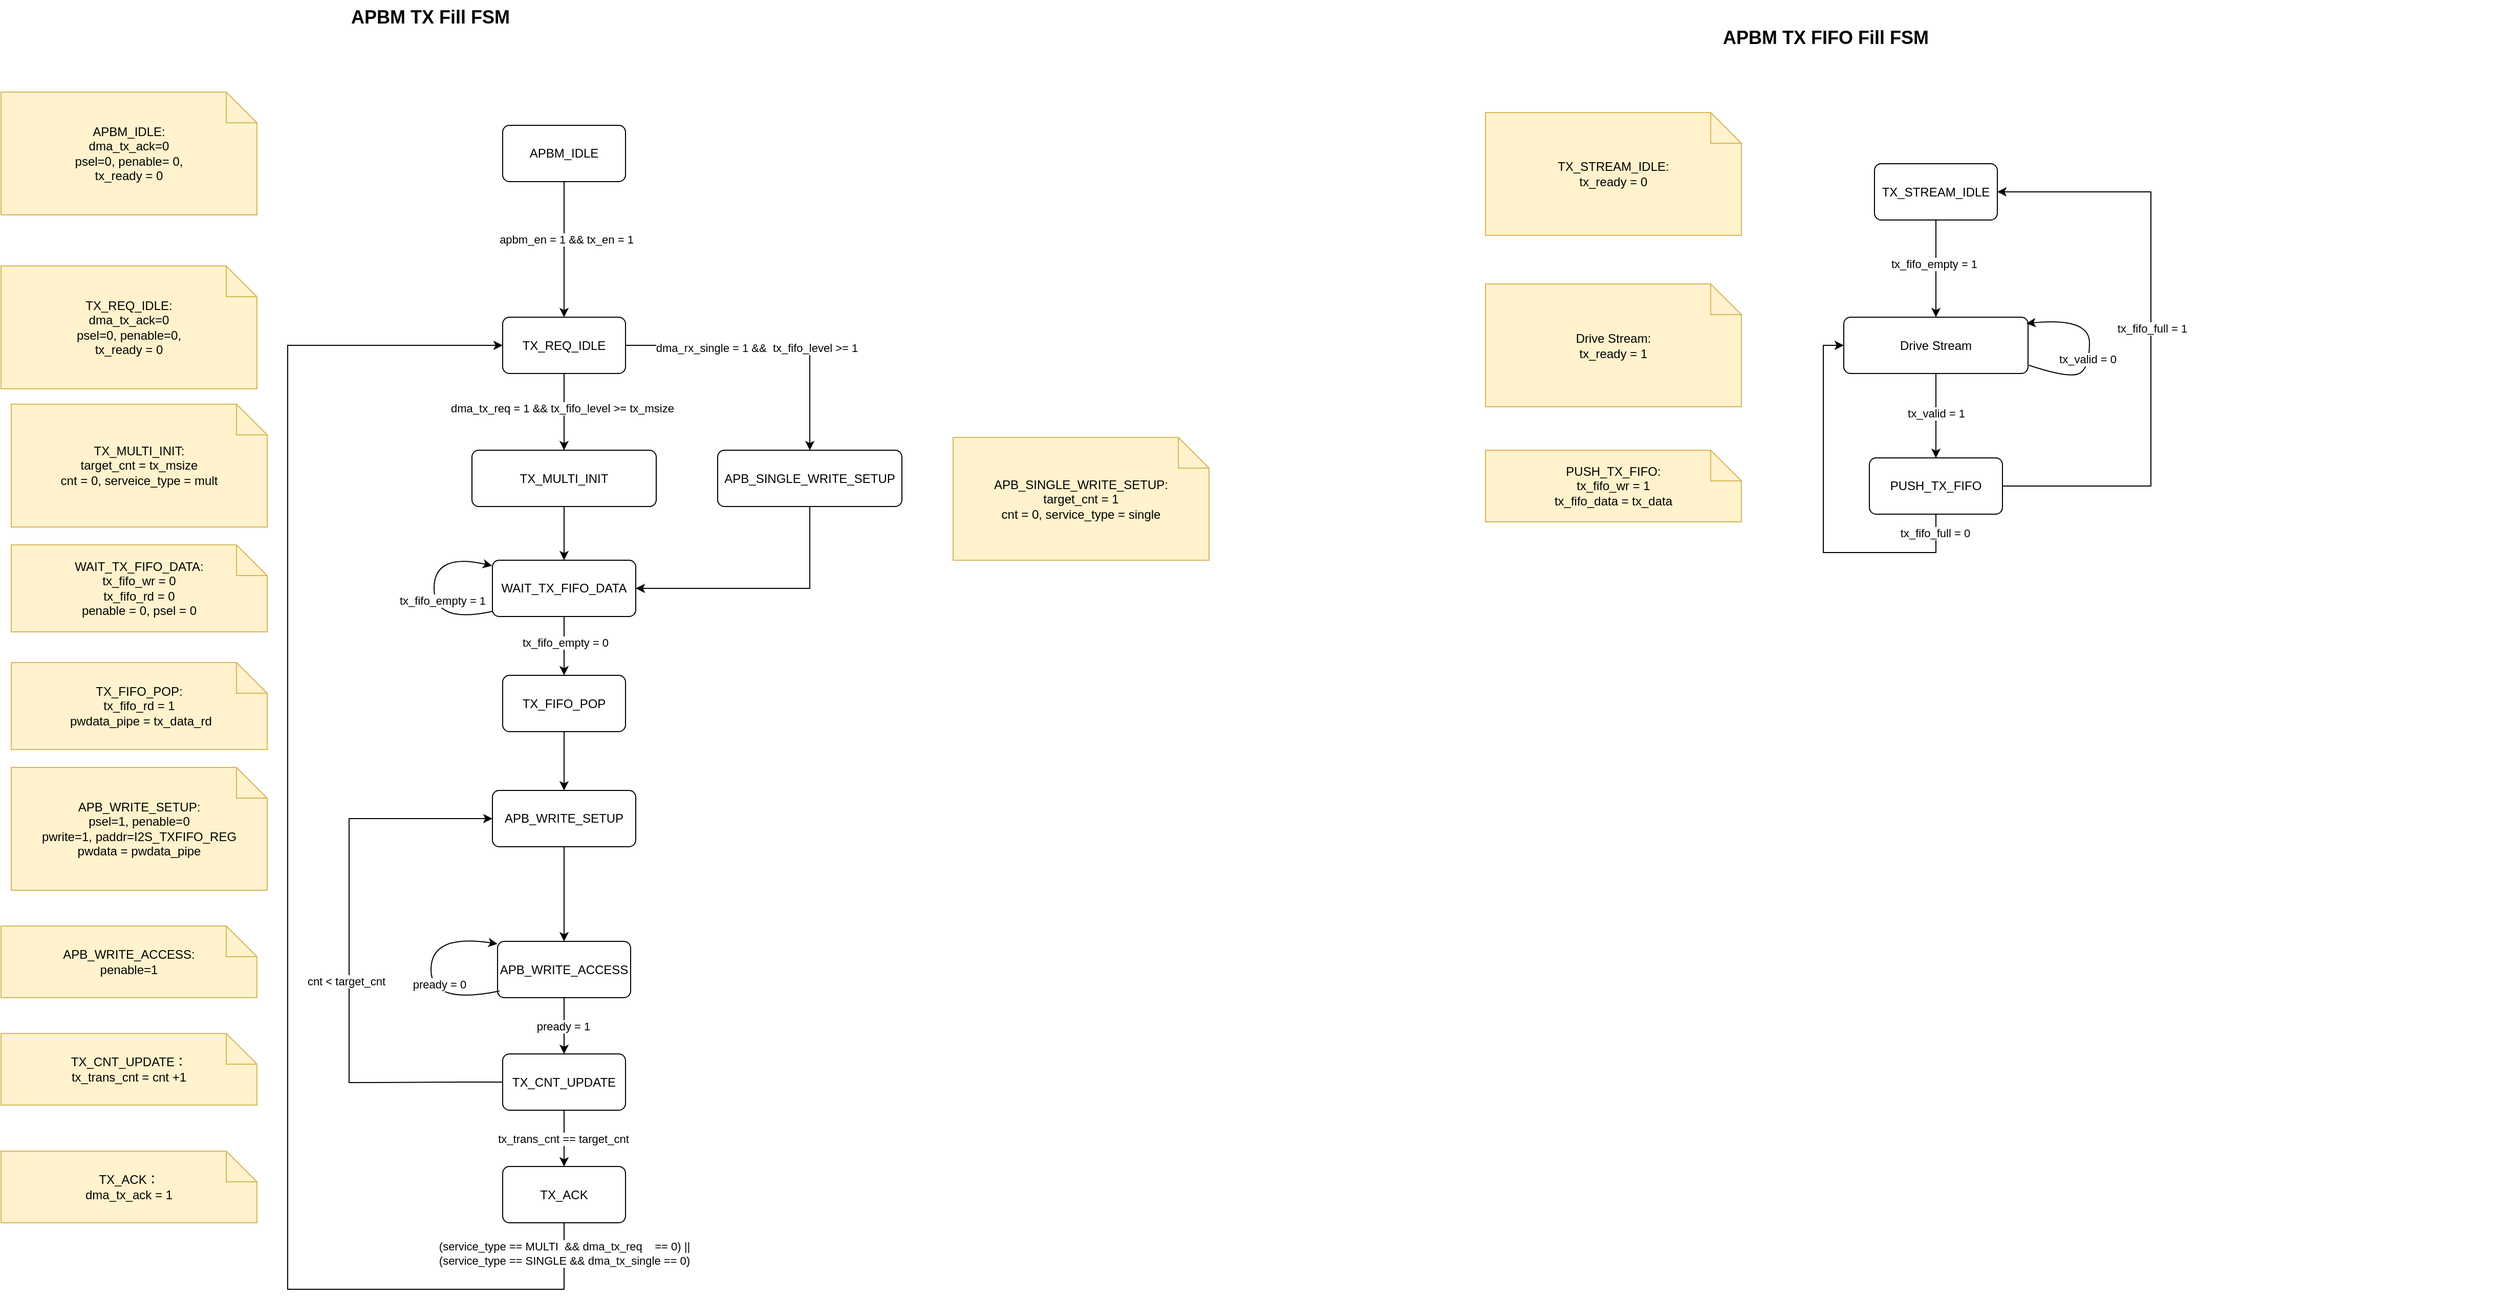
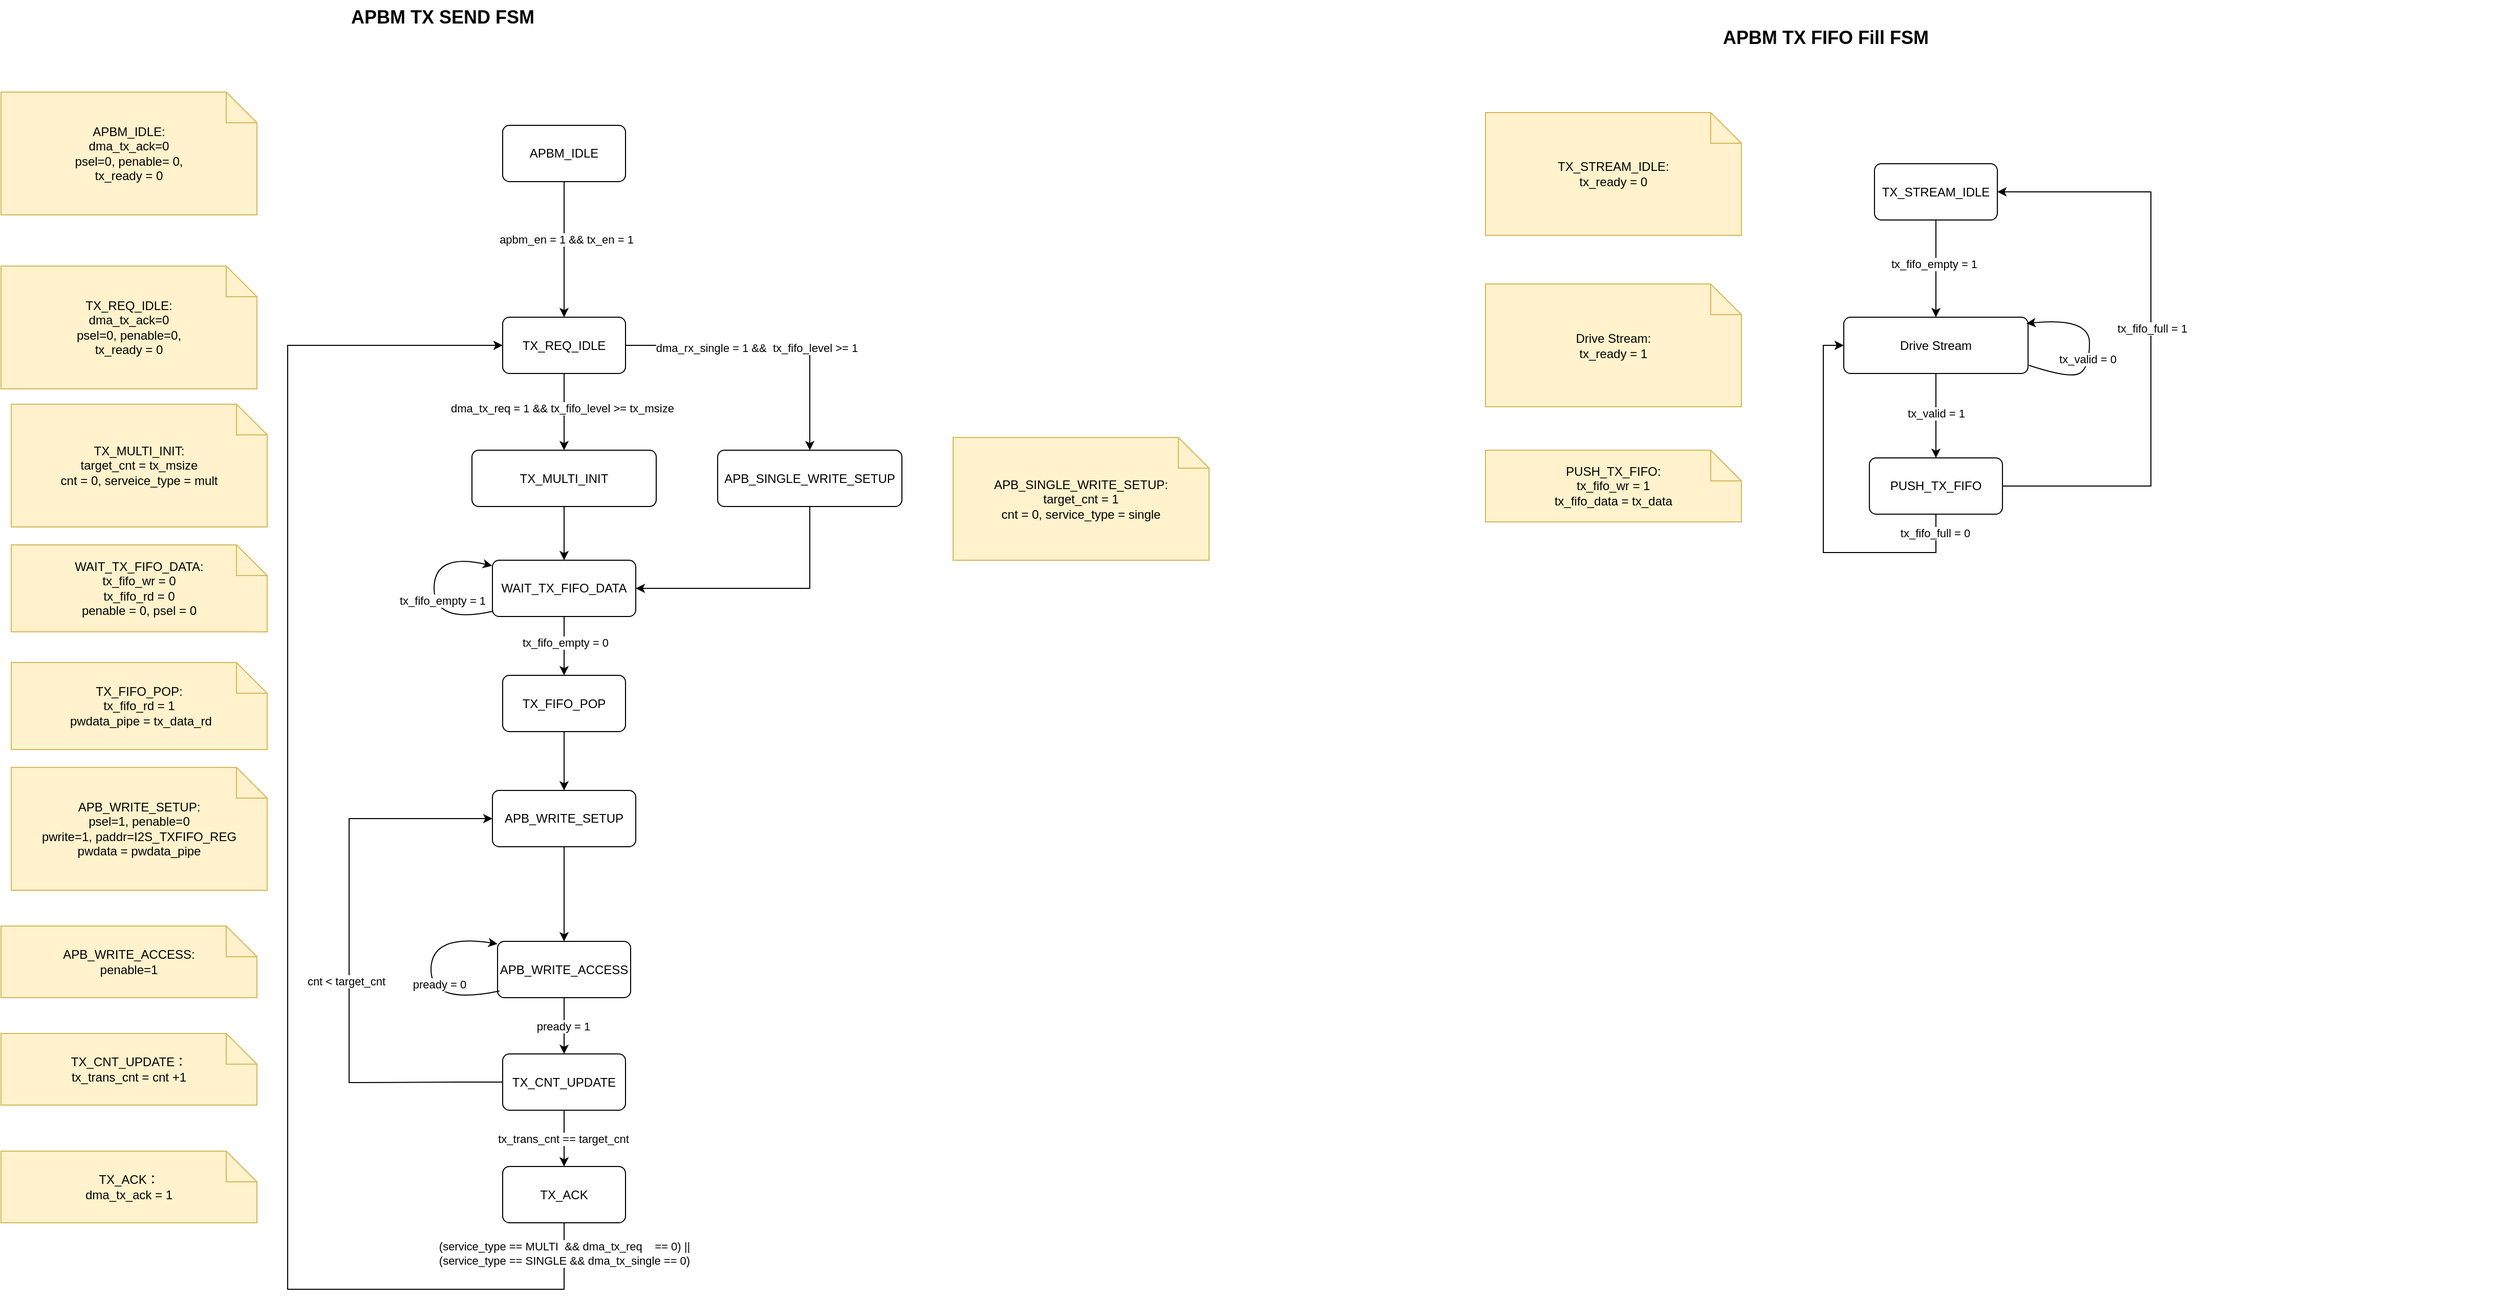
<mxfile host="app.diagrams.net">
  <diagram name="第 1 页" id="fH5n9Me7nUtPE_JYtTzi">
    <mxGraphModel dx="737" dy="416" grid="1" gridSize="10" guides="1" tooltips="1" connect="1" arrows="1" fold="1" page="1" pageScale="1" pageWidth="827" pageHeight="1169" math="0" shadow="0">
      <root>
        <mxCell id="0" />
        <mxCell id="1" parent="0" />
-         <mxCell id="Ly1VW1kiYANL2SHkxWqd-1" parent="1" style="text;html=1;strokeColor=none;fillColor=none;fontSize=18;fontStyle=1;" value="APBM TX Fill FSM&amp;nbsp;&amp;nbsp;" vertex="1">
+         <mxCell id="Ly1VW1kiYANL2SHkxWqd-1" parent="1" style="text;html=1;strokeColor=none;fillColor=none;fontSize=18;fontStyle=1;" value="APBM TX SEND FSM&amp;nbsp;&amp;nbsp;" vertex="1">
          <mxGeometry height="40" width="760" x="810" y="130" as="geometry" />
        </mxCell>
        <mxCell id="Ly1VW1kiYANL2SHkxWqd-2" parent="1" style="rounded=1;whiteSpace=wrap;html=1;arcSize=12;fillColor=#ffffff;strokeColor=#000000;" value="TX_REQ_IDLE" vertex="1">
          <mxGeometry height="55" width="120" x="960" y="440" as="geometry" />
        </mxCell>
        <mxCell id="Ly1VW1kiYANL2SHkxWqd-3" parent="1" style="rounded=1;whiteSpace=wrap;html=1;arcSize=12;fillColor=#ffffff;strokeColor=#000000;" value="APB_WRITE_SETUP" vertex="1">
          <mxGeometry height="55" width="140" x="950" y="902.5" as="geometry" />
        </mxCell>
        <mxCell id="Ly1VW1kiYANL2SHkxWqd-4" edge="1" parent="1" source="Ly1VW1kiYANL2SHkxWqd-2" style="endArrow=classic;html=1;rounded=0;exitX=0.5;exitY=1;exitDx=0;exitDy=0;entryX=0.5;entryY=0;entryDx=0;entryDy=0;" target="Ly1VW1kiYANL2SHkxWqd-40" value="">
          <mxGeometry height="50" relative="1" width="50" as="geometry">
            <mxPoint x="1040" y="560" as="sourcePoint" />
            <mxPoint x="1020" y="570" as="targetPoint" />
          </mxGeometry>
        </mxCell>
        <mxCell id="Ly1VW1kiYANL2SHkxWqd-5" connectable="0" parent="Ly1VW1kiYANL2SHkxWqd-4" style="edgeLabel;html=1;align=center;verticalAlign=middle;resizable=0;points=[];" value="dma_tx_req = 1 &amp;amp;&amp;amp; tx_fifo_level &amp;gt;= tx_msize" vertex="1">
          <mxGeometry relative="1" x="-0.0927" y="-2" as="geometry">
            <mxPoint as="offset" />
          </mxGeometry>
        </mxCell>
        <mxCell id="Ly1VW1kiYANL2SHkxWqd-6" parent="1" style="shape=note;whiteSpace=wrap;html=1;fillColor=#fff2cc;strokeColor=#d6b656;" value="APB_WRITE_SETUP:&lt;div&gt;psel=1, penable=0&lt;br&gt;pwrite=1, paddr=I2S_TXFIFO_REG&lt;/div&gt;&lt;div&gt;pwdata = pwdata_pipe&lt;/div&gt;" vertex="1">
          <mxGeometry height="120" width="250" x="480" y="880" as="geometry" />
        </mxCell>
        <mxCell id="Ly1VW1kiYANL2SHkxWqd-7" parent="1" style="rounded=1;whiteSpace=wrap;html=1;arcSize=12;fillColor=#ffffff;strokeColor=#000000;" value="APB_WRITE_ACCESS" vertex="1">
          <mxGeometry height="55" width="130" x="955" y="1050" as="geometry" />
        </mxCell>
        <mxCell id="Ly1VW1kiYANL2SHkxWqd-8" edge="1" parent="1" source="Ly1VW1kiYANL2SHkxWqd-3" style="endArrow=classic;html=1;rounded=0;exitX=0.5;exitY=1;exitDx=0;exitDy=0;entryX=0.5;entryY=0;entryDx=0;entryDy=0;" target="Ly1VW1kiYANL2SHkxWqd-7" value="">
          <mxGeometry height="50" relative="1" width="50" as="geometry">
            <mxPoint x="1030" y="1032.5" as="sourcePoint" />
            <mxPoint x="1080" y="982.5" as="targetPoint" />
          </mxGeometry>
        </mxCell>
        <mxCell id="Ly1VW1kiYANL2SHkxWqd-9" parent="1" style="shape=note;whiteSpace=wrap;html=1;fillColor=#fff2cc;strokeColor=#d6b656;" value="APB_WRITE_ACCESS:&lt;br&gt;penable=1" vertex="1">
          <mxGeometry height="70" width="250" x="470" y="1035" as="geometry" />
        </mxCell>
        <mxCell id="Ly1VW1kiYANL2SHkxWqd-10" edge="1" parent="1" source="Ly1VW1kiYANL2SHkxWqd-7" style="curved=1;endArrow=classic;html=1;rounded=0;exitX=0.015;exitY=0.881;exitDx=0;exitDy=0;entryX=0;entryY=0;entryDx=0;entryDy=0;exitPerimeter=0;" value="">
          <mxGeometry height="50" relative="1" width="50" as="geometry">
            <Array as="points">
              <mxPoint x="890" y="1112.5" />
              <mxPoint x="890" y="1042.5" />
            </Array>
            <mxPoint x="955" y="1107.5" as="sourcePoint" />
            <mxPoint x="955" y="1052.5" as="targetPoint" />
          </mxGeometry>
        </mxCell>
        <mxCell id="Ly1VW1kiYANL2SHkxWqd-11" connectable="0" parent="Ly1VW1kiYANL2SHkxWqd-10" style="edgeLabel;html=1;align=center;verticalAlign=middle;resizable=0;points=[];" value="pready = 0" vertex="1">
          <mxGeometry relative="1" x="-0.1215" y="-8" as="geometry">
            <mxPoint as="offset" />
          </mxGeometry>
        </mxCell>
        <mxCell id="Ly1VW1kiYANL2SHkxWqd-12" parent="1" style="rounded=1;whiteSpace=wrap;html=1;arcSize=12;fillColor=#ffffff;strokeColor=#000000;" value="WAIT_TX_FIFO_DATA" vertex="1">
          <mxGeometry height="55" width="140" x="950" y="677.5" as="geometry" />
        </mxCell>
        <mxCell id="Ly1VW1kiYANL2SHkxWqd-13" edge="1" parent="1" source="Ly1VW1kiYANL2SHkxWqd-7" style="endArrow=classic;html=1;rounded=0;exitX=0.5;exitY=1;exitDx=0;exitDy=0;entryX=0.5;entryY=0;entryDx=0;entryDy=0;" target="Ly1VW1kiYANL2SHkxWqd-47" value="">
          <mxGeometry height="50" relative="1" width="50" as="geometry">
            <mxPoint x="1010" y="1182.5" as="sourcePoint" />
            <mxPoint x="1020" y="1150" as="targetPoint" />
          </mxGeometry>
        </mxCell>
        <mxCell id="Ly1VW1kiYANL2SHkxWqd-14" connectable="0" parent="Ly1VW1kiYANL2SHkxWqd-13" style="edgeLabel;html=1;align=center;verticalAlign=middle;resizable=0;points=[];" value="pready = 1" vertex="1">
          <mxGeometry relative="1" x="0.0089" y="-1" as="geometry">
            <mxPoint as="offset" />
          </mxGeometry>
        </mxCell>
        <mxCell id="Ly1VW1kiYANL2SHkxWqd-15" parent="1" style="shape=note;whiteSpace=wrap;html=1;fillColor=#fff2cc;strokeColor=#d6b656;" value="WAIT_TX_FIFO_DATA:&lt;div&gt;tx_fifo_wr = 0&lt;/div&gt;&lt;div&gt;tx_fifo_rd = 0&lt;br&gt;&lt;/div&gt;&lt;div&gt;penable = 0, psel = 0&lt;/div&gt;" vertex="1">
          <mxGeometry height="85" width="250" x="480" y="662.5" as="geometry" />
        </mxCell>
        <mxCell id="Ly1VW1kiYANL2SHkxWqd-16" parent="1" style="rounded=1;whiteSpace=wrap;html=1;arcSize=12;fillColor=#ffffff;strokeColor=#000000;" value="TX_ACK" vertex="1">
          <mxGeometry height="55" width="120" x="960" y="1270" as="geometry" />
        </mxCell>
        <mxCell id="Ly1VW1kiYANL2SHkxWqd-17" edge="1" parent="1" source="Ly1VW1kiYANL2SHkxWqd-47" style="endArrow=classic;html=1;rounded=0;exitX=0.5;exitY=1;exitDx=0;exitDy=0;entryX=0.5;entryY=0;entryDx=0;entryDy=0;" target="Ly1VW1kiYANL2SHkxWqd-16" value="">
          <mxGeometry height="50" relative="1" width="50" as="geometry">
            <mxPoint x="1150.3600000000001" y="1105" as="sourcePoint" />
            <mxPoint x="1150" y="1140" as="targetPoint" />
          </mxGeometry>
        </mxCell>
        <mxCell id="Ly1VW1kiYANL2SHkxWqd-18" connectable="0" parent="Ly1VW1kiYANL2SHkxWqd-17" style="edgeLabel;html=1;align=center;verticalAlign=middle;resizable=0;points=[];" value="tx_trans_cnt == target_cnt" vertex="1">
          <mxGeometry relative="1" x="0.0089" y="-1" as="geometry">
            <mxPoint as="offset" />
          </mxGeometry>
        </mxCell>
        <mxCell id="Ly1VW1kiYANL2SHkxWqd-19" parent="1" style="shape=note;whiteSpace=wrap;html=1;fillColor=#fff2cc;strokeColor=#d6b656;" value="TX_ACK：&lt;div&gt;dma_tx_ack = 1&lt;/div&gt;" vertex="1">
          <mxGeometry height="70" width="250" x="470" y="1255" as="geometry" />
        </mxCell>
        <mxCell id="Ly1VW1kiYANL2SHkxWqd-20" parent="1" style="shape=note;whiteSpace=wrap;html=1;fillColor=#fff2cc;strokeColor=#d6b656;" value="TX_REQ_IDLE:&lt;div&gt;dma_tx_ack=0&lt;/div&gt;&lt;div&gt;psel=0, penable=0,&lt;br&gt;&lt;/div&gt;&lt;div&gt;tx_ready = 0&lt;br&gt;&lt;/div&gt;" vertex="1">
          <mxGeometry height="120" width="250" x="470" y="390" as="geometry" />
        </mxCell>
        <mxCell id="Ly1VW1kiYANL2SHkxWqd-21" edge="1" parent="1" source="Ly1VW1kiYANL2SHkxWqd-16" style="endArrow=classic;html=1;rounded=0;exitX=0.5;exitY=1;exitDx=0;exitDy=0;edgeStyle=orthogonalEdgeStyle;entryX=0;entryY=0.5;entryDx=0;entryDy=0;" target="Ly1VW1kiYANL2SHkxWqd-2" value="">
          <mxGeometry height="50" relative="1" width="50" as="geometry">
            <Array as="points">
              <mxPoint x="1020" y="1390" />
              <mxPoint x="750" y="1390" />
              <mxPoint x="750" y="467" />
            </Array>
            <mxPoint x="909.95" y="1052.5" as="sourcePoint" />
            <mxPoint x="850" y="465" as="targetPoint" />
          </mxGeometry>
        </mxCell>
        <mxCell id="Ly1VW1kiYANL2SHkxWqd-22" connectable="0" parent="Ly1VW1kiYANL2SHkxWqd-21" style="edgeLabel;html=1;align=center;verticalAlign=middle;resizable=0;points=[];" value="&lt;div&gt;(service_type == MULTI&amp;nbsp; &amp;amp;&amp;amp; dma_tx_req&amp;nbsp; &amp;nbsp; == 0) ||&lt;/div&gt;&lt;div&gt;(service_type == SINGLE &amp;amp;&amp;amp; dma_tx_single == 0)&lt;/div&gt;" vertex="1">
          <mxGeometry relative="1" x="-0.9589" as="geometry">
            <mxPoint as="offset" />
          </mxGeometry>
        </mxCell>
        <mxCell id="Ly1VW1kiYANL2SHkxWqd-23" edge="1" parent="1" source="Ly1VW1kiYANL2SHkxWqd-2" style="endArrow=classic;html=1;rounded=0;exitX=1;exitY=0.5;exitDx=0;exitDy=0;edgeStyle=orthogonalEdgeStyle;entryX=0.5;entryY=0;entryDx=0;entryDy=0;" target="Ly1VW1kiYANL2SHkxWqd-25" value="">
          <mxGeometry height="50" relative="1" width="50" as="geometry">
            <mxPoint x="1250" y="540" as="sourcePoint" />
            <mxPoint x="1260" y="560" as="targetPoint" />
          </mxGeometry>
        </mxCell>
        <mxCell id="Ly1VW1kiYANL2SHkxWqd-24" connectable="0" parent="Ly1VW1kiYANL2SHkxWqd-23" style="edgeLabel;html=1;align=center;verticalAlign=middle;resizable=0;points=[];" value="dma_rx_single = 1 &amp;amp;&amp;amp;&amp;nbsp; tx_fifo_level &amp;gt;= 1" vertex="1">
          <mxGeometry relative="1" x="-0.0927" y="-2" as="geometry">
            <mxPoint as="offset" />
          </mxGeometry>
        </mxCell>
        <mxCell id="Ly1VW1kiYANL2SHkxWqd-25" parent="1" style="rounded=1;whiteSpace=wrap;html=1;arcSize=12;fillColor=#ffffff;strokeColor=#000000;" value="APB_SINGLE_WRITE_SETUP" vertex="1">
          <mxGeometry height="55" width="180" x="1170" y="570" as="geometry" />
        </mxCell>
        <mxCell id="Ly1VW1kiYANL2SHkxWqd-26" parent="1" style="shape=note;whiteSpace=wrap;html=1;fillColor=#fff2cc;strokeColor=#d6b656;" value="APB_SINGLE_WRITE_SETUP:&lt;div&gt;target_cnt = 1&lt;br&gt;cnt = 0, service_type = single&lt;/div&gt;" vertex="1">
          <mxGeometry height="120" width="250" x="1400" y="557.5" as="geometry" />
        </mxCell>
        <mxCell id="Ly1VW1kiYANL2SHkxWqd-27" edge="1" parent="1" source="Ly1VW1kiYANL2SHkxWqd-25" style="endArrow=classic;html=1;rounded=0;exitX=0.5;exitY=1;exitDx=0;exitDy=0;edgeStyle=orthogonalEdgeStyle;entryX=1;entryY=0.5;entryDx=0;entryDy=0;" target="Ly1VW1kiYANL2SHkxWqd-12" value="">
          <mxGeometry height="50" relative="1" width="50" as="geometry">
            <mxPoint x="1230" y="950" as="sourcePoint" />
            <mxPoint x="1210" y="680" as="targetPoint" />
          </mxGeometry>
        </mxCell>
        <mxCell id="Ly1VW1kiYANL2SHkxWqd-28" parent="1" style="rounded=1;whiteSpace=wrap;html=1;arcSize=12;fillColor=#ffffff;strokeColor=#000000;" value="TX_FIFO_POP" vertex="1">
          <mxGeometry height="55" width="120" x="960" y="790" as="geometry" />
        </mxCell>
        <mxCell id="Ly1VW1kiYANL2SHkxWqd-29" edge="1" parent="1" source="Ly1VW1kiYANL2SHkxWqd-12" style="endArrow=classic;html=1;rounded=0;exitX=0.5;exitY=1;exitDx=0;exitDy=0;entryX=0.5;entryY=0;entryDx=0;entryDy=0;" target="Ly1VW1kiYANL2SHkxWqd-28" value="">
          <mxGeometry height="50" relative="1" width="50" as="geometry">
            <mxPoint x="1090" y="797.5" as="sourcePoint" />
            <mxPoint x="1040" y="787.5" as="targetPoint" />
          </mxGeometry>
        </mxCell>
        <mxCell id="Ly1VW1kiYANL2SHkxWqd-30" connectable="0" parent="Ly1VW1kiYANL2SHkxWqd-29" style="edgeLabel;html=1;align=center;verticalAlign=middle;resizable=0;points=[];" value="tx_fifo_empty = 0" vertex="1">
          <mxGeometry relative="1" x="-0.1138" y="1" as="geometry">
            <mxPoint as="offset" />
          </mxGeometry>
        </mxCell>
        <mxCell id="Ly1VW1kiYANL2SHkxWqd-31" edge="1" parent="1" style="curved=1;endArrow=classic;html=1;rounded=0;entryX=-0.002;entryY=0.099;entryDx=0;entryDy=0;entryPerimeter=0;" target="Ly1VW1kiYANL2SHkxWqd-12" value="">
          <mxGeometry height="50" relative="1" width="50" as="geometry">
            <Array as="points">
              <mxPoint x="893" y="740" />
              <mxPoint x="893" y="670" />
            </Array>
            <mxPoint x="950" y="727.5" as="sourcePoint" />
            <mxPoint x="958" y="680" as="targetPoint" />
          </mxGeometry>
        </mxCell>
        <mxCell id="Ly1VW1kiYANL2SHkxWqd-32" connectable="0" parent="Ly1VW1kiYANL2SHkxWqd-31" style="edgeLabel;html=1;align=center;verticalAlign=middle;resizable=0;points=[];" value="tx_fifo_empty = 1" vertex="1">
          <mxGeometry relative="1" x="-0.1215" y="-8" as="geometry">
            <mxPoint as="offset" />
          </mxGeometry>
        </mxCell>
        <mxCell id="Ly1VW1kiYANL2SHkxWqd-33" parent="1" style="shape=note;whiteSpace=wrap;html=1;fillColor=#fff2cc;strokeColor=#d6b656;" value="TX_FIFO_POP:&lt;div&gt;tx_fifo_rd = 1&lt;br&gt;&lt;div&gt;&amp;nbsp;pwdata_pipe = tx_data_rd&lt;/div&gt;&lt;/div&gt;" vertex="1">
          <mxGeometry height="85" width="250" x="480" y="777.5" as="geometry" />
        </mxCell>
        <mxCell id="Ly1VW1kiYANL2SHkxWqd-34" parent="1" style="rounded=1;whiteSpace=wrap;html=1;arcSize=12;fillColor=#ffffff;strokeColor=#000000;" value="APBM_IDLE" vertex="1">
          <mxGeometry height="55" width="120" x="960" y="252.5" as="geometry" />
        </mxCell>
        <mxCell id="Ly1VW1kiYANL2SHkxWqd-35" edge="1" parent="1" source="Ly1VW1kiYANL2SHkxWqd-34" style="endArrow=classic;html=1;rounded=0;exitX=0.5;exitY=1;exitDx=0;exitDy=0;" target="Ly1VW1kiYANL2SHkxWqd-2" value="">
          <mxGeometry height="50" relative="1" width="50" as="geometry">
            <mxPoint x="1060" y="360" as="sourcePoint" />
            <mxPoint x="1110" y="310" as="targetPoint" />
          </mxGeometry>
        </mxCell>
        <mxCell id="Ly1VW1kiYANL2SHkxWqd-36" connectable="0" parent="Ly1VW1kiYANL2SHkxWqd-35" style="edgeLabel;html=1;align=center;verticalAlign=middle;resizable=0;points=[];" value="apbm_en = 1 &amp;amp;&amp;amp; tx_en = 1" vertex="1">
          <mxGeometry relative="1" x="-0.1446" y="2" as="geometry">
            <mxPoint as="offset" />
          </mxGeometry>
        </mxCell>
        <mxCell id="Ly1VW1kiYANL2SHkxWqd-37" parent="1" style="shape=note;whiteSpace=wrap;html=1;fillColor=#fff2cc;strokeColor=#d6b656;" value="APBM_IDLE:&lt;div&gt;dma_tx_ack=0&lt;/div&gt;&lt;div&gt;psel=0, penable= 0,&lt;br&gt;&lt;/div&gt;&lt;div&gt;tx_ready = 0&lt;/div&gt;" vertex="1">
          <mxGeometry height="120" width="250" x="470" y="220" as="geometry" />
        </mxCell>
        <mxCell id="Ly1VW1kiYANL2SHkxWqd-38" edge="1" parent="1" source="Ly1VW1kiYANL2SHkxWqd-47" style="endArrow=classic;html=1;rounded=0;edgeStyle=orthogonalEdgeStyle;entryX=0;entryY=0.5;entryDx=0;entryDy=0;exitX=0;exitY=0.5;exitDx=0;exitDy=0;" target="Ly1VW1kiYANL2SHkxWqd-3" value="">
          <mxGeometry height="50" relative="1" width="50" as="geometry">
            <Array as="points">
              <mxPoint x="920" y="1187" />
              <mxPoint x="810" y="1188" />
              <mxPoint x="810" y="930" />
            </Array>
            <mxPoint x="920" y="1150" as="sourcePoint" />
            <mxPoint x="800" y="810" as="targetPoint" />
          </mxGeometry>
        </mxCell>
        <mxCell id="Ly1VW1kiYANL2SHkxWqd-39" connectable="0" parent="Ly1VW1kiYANL2SHkxWqd-38" style="edgeLabel;html=1;align=center;verticalAlign=middle;resizable=0;points=[];" value="cnt &amp;lt; target_cnt" vertex="1">
          <mxGeometry relative="1" x="-0.0902" y="3" as="geometry">
            <mxPoint as="offset" />
          </mxGeometry>
        </mxCell>
        <mxCell id="Ly1VW1kiYANL2SHkxWqd-40" parent="1" style="rounded=1;whiteSpace=wrap;html=1;arcSize=12;fillColor=#ffffff;strokeColor=#000000;" value="TX_MULTI_INIT" vertex="1">
          <mxGeometry height="55" width="180" x="930" y="570" as="geometry" />
        </mxCell>
        <mxCell id="Ly1VW1kiYANL2SHkxWqd-41" edge="1" parent="1" source="Ly1VW1kiYANL2SHkxWqd-40" style="endArrow=classic;html=1;rounded=0;exitX=0.5;exitY=1;exitDx=0;exitDy=0;entryX=0.5;entryY=0;entryDx=0;entryDy=0;" target="Ly1VW1kiYANL2SHkxWqd-12" value="">
          <mxGeometry height="50" relative="1" width="50" as="geometry">
            <mxPoint x="1010" y="640" as="sourcePoint" />
            <mxPoint x="1020" y="670" as="targetPoint" />
          </mxGeometry>
        </mxCell>
        <mxCell id="Ly1VW1kiYANL2SHkxWqd-42" parent="1" style="shape=note;whiteSpace=wrap;html=1;fillColor=#fff2cc;strokeColor=#d6b656;" value="TX_MULTI_INIT:&lt;div&gt;target_cnt = tx_msize&lt;br&gt;cnt = 0, serveice_type = mult&lt;/div&gt;" vertex="1">
          <mxGeometry height="120" width="250" x="480" y="525" as="geometry" />
        </mxCell>
        <mxCell id="Ly1VW1kiYANL2SHkxWqd-45" edge="1" parent="1" source="Ly1VW1kiYANL2SHkxWqd-28" style="endArrow=classic;html=1;rounded=0;exitX=0.5;exitY=1;exitDx=0;exitDy=0;" target="Ly1VW1kiYANL2SHkxWqd-3" value="">
          <mxGeometry height="50" relative="1" width="50" as="geometry">
            <mxPoint x="1019.5699999999999" y="845" as="sourcePoint" />
            <mxPoint x="1019.5699999999999" y="902" as="targetPoint" />
          </mxGeometry>
        </mxCell>
        <mxCell id="Ly1VW1kiYANL2SHkxWqd-47" parent="1" style="rounded=1;whiteSpace=wrap;html=1;arcSize=12;fillColor=#ffffff;strokeColor=#000000;" value="TX_CNT_UPDATE" vertex="1">
          <mxGeometry height="55" width="120" x="960" y="1160" as="geometry" />
        </mxCell>
        <mxCell id="Ly1VW1kiYANL2SHkxWqd-48" parent="1" style="shape=note;whiteSpace=wrap;html=1;fillColor=#fff2cc;strokeColor=#d6b656;" value="TX_CNT_UPDATE：&lt;div&gt;tx_trans_cnt = cnt +1&lt;/div&gt;" vertex="1">
          <mxGeometry height="70" width="250" x="470" y="1140" as="geometry" />
        </mxCell>
        <mxCell id="Ly1VW1kiYANL2SHkxWqd-49" parent="1" style="text;html=1;strokeColor=none;fillColor=none;fontSize=18;fontStyle=1;" value="APBM TX FIFO Fill FSM&amp;nbsp;&amp;nbsp;" vertex="1">
          <mxGeometry height="40" width="760" x="2150" y="150" as="geometry" />
        </mxCell>
        <mxCell id="Ly1VW1kiYANL2SHkxWqd-50" parent="1" style="rounded=1;whiteSpace=wrap;html=1;arcSize=12;fillColor=#ffffff;strokeColor=#000000;" value="TX_STREAM_IDLE" vertex="1">
          <mxGeometry height="55" width="120" x="2300" y="290" as="geometry" />
        </mxCell>
        <mxCell id="Ly1VW1kiYANL2SHkxWqd-51" parent="1" style="rounded=1;whiteSpace=wrap;html=1;arcSize=12;fillColor=#ffffff;strokeColor=#000000;" value="Drive Stream" vertex="1">
          <mxGeometry height="55" width="180" x="2270" y="440" as="geometry" />
        </mxCell>
        <mxCell id="Ly1VW1kiYANL2SHkxWqd-52" edge="1" parent="1" source="Ly1VW1kiYANL2SHkxWqd-50" style="endArrow=classic;html=1;rounded=0;exitX=0.5;exitY=1;exitDx=0;exitDy=0;entryX=0.5;entryY=0;entryDx=0;entryDy=0;" target="Ly1VW1kiYANL2SHkxWqd-51" value="">
          <mxGeometry height="50" relative="1" width="50" as="geometry">
            <mxPoint x="2380" y="410" as="sourcePoint" />
            <mxPoint x="2430" y="360" as="targetPoint" />
          </mxGeometry>
        </mxCell>
        <mxCell id="Ly1VW1kiYANL2SHkxWqd-53" connectable="0" parent="Ly1VW1kiYANL2SHkxWqd-52" style="edgeLabel;html=1;align=center;verticalAlign=middle;resizable=0;points=[];" value="tx_fifo_empty = 1" vertex="1">
          <mxGeometry relative="1" x="-0.0927" y="-2" as="geometry">
            <mxPoint as="offset" />
          </mxGeometry>
        </mxCell>
        <mxCell id="Ly1VW1kiYANL2SHkxWqd-54" parent="1" style="shape=note;whiteSpace=wrap;html=1;fillColor=#fff2cc;strokeColor=#d6b656;" value="Drive Stream:&lt;div&gt;tx_ready = 1&lt;/div&gt;" vertex="1">
          <mxGeometry height="120" width="250" x="1920" y="407.5" as="geometry" />
        </mxCell>
        <mxCell id="Ly1VW1kiYANL2SHkxWqd-55" parent="1" style="rounded=1;whiteSpace=wrap;html=1;arcSize=12;fillColor=#ffffff;strokeColor=#000000;" value="PUSH_TX_FIFO" vertex="1">
          <mxGeometry height="55" width="130" x="2295" y="577.5" as="geometry" />
        </mxCell>
        <mxCell id="Ly1VW1kiYANL2SHkxWqd-56" edge="1" parent="1" source="Ly1VW1kiYANL2SHkxWqd-51" style="endArrow=classic;html=1;rounded=0;exitX=0.5;exitY=1;exitDx=0;exitDy=0;entryX=0.5;entryY=0;entryDx=0;entryDy=0;" target="Ly1VW1kiYANL2SHkxWqd-55" value="">
          <mxGeometry height="50" relative="1" width="50" as="geometry">
            <mxPoint x="2370" y="560" as="sourcePoint" />
            <mxPoint x="2420" y="510" as="targetPoint" />
          </mxGeometry>
        </mxCell>
        <mxCell id="Ly1VW1kiYANL2SHkxWqd-57" connectable="0" parent="Ly1VW1kiYANL2SHkxWqd-56" style="edgeLabel;html=1;align=center;verticalAlign=middle;resizable=0;points=[];" value="tx_valid = 1" vertex="1">
          <mxGeometry relative="1" x="-0.0537" as="geometry">
            <mxPoint as="offset" />
          </mxGeometry>
        </mxCell>
        <mxCell id="Ly1VW1kiYANL2SHkxWqd-58" parent="1" style="shape=note;whiteSpace=wrap;html=1;fillColor=#fff2cc;strokeColor=#d6b656;" value="PUSH_TX_FIFO:&lt;div&gt;tx_fifo_wr = 1&lt;/div&gt;&lt;div&gt;tx_fifo_data = tx_data&lt;/div&gt;" vertex="1">
          <mxGeometry height="70" width="250" x="1920" y="570" as="geometry" />
        </mxCell>
        <mxCell id="Ly1VW1kiYANL2SHkxWqd-59" parent="1" style="shape=note;whiteSpace=wrap;html=1;fillColor=#fff2cc;strokeColor=#d6b656;" value="TX_STREAM_IDLE:&lt;div&gt;tx_ready = 0&lt;/div&gt;" vertex="1">
          <mxGeometry height="120" width="250" x="1920" y="240" as="geometry" />
        </mxCell>
        <mxCell id="Ly1VW1kiYANL2SHkxWqd-60" edge="1" parent="1" source="Ly1VW1kiYANL2SHkxWqd-55" style="endArrow=classic;html=1;rounded=0;exitX=0.5;exitY=1;exitDx=0;exitDy=0;entryX=0;entryY=0.5;entryDx=0;entryDy=0;edgeStyle=orthogonalEdgeStyle;" target="Ly1VW1kiYANL2SHkxWqd-51" value="">
          <mxGeometry height="50" relative="1" width="50" as="geometry">
            <Array as="points">
              <mxPoint x="2360" y="670" />
              <mxPoint x="2250" y="670" />
              <mxPoint x="2250" y="468" />
            </Array>
            <mxPoint x="2550" y="570" as="sourcePoint" />
            <mxPoint x="2600" y="520" as="targetPoint" />
          </mxGeometry>
        </mxCell>
        <mxCell id="Ly1VW1kiYANL2SHkxWqd-61" connectable="0" parent="Ly1VW1kiYANL2SHkxWqd-60" style="edgeLabel;html=1;align=center;verticalAlign=middle;resizable=0;points=[];" value="tx_fifo_full = 0" vertex="1">
          <mxGeometry relative="1" x="-0.9016" y="-1" as="geometry">
            <mxPoint as="offset" />
          </mxGeometry>
        </mxCell>
        <mxCell id="Ly1VW1kiYANL2SHkxWqd-62" edge="1" parent="1" source="Ly1VW1kiYANL2SHkxWqd-55" style="endArrow=classic;html=1;rounded=0;exitX=1;exitY=0.5;exitDx=0;exitDy=0;entryX=1;entryY=0.5;entryDx=0;entryDy=0;edgeStyle=orthogonalEdgeStyle;" target="Ly1VW1kiYANL2SHkxWqd-50" value="">
          <mxGeometry height="50" relative="1" width="50" as="geometry">
            <Array as="points">
              <mxPoint x="2570" y="605" />
              <mxPoint x="2570" y="318" />
            </Array>
            <mxPoint x="2510" y="600" as="sourcePoint" />
            <mxPoint x="2560" y="550" as="targetPoint" />
          </mxGeometry>
        </mxCell>
        <mxCell id="Ly1VW1kiYANL2SHkxWqd-63" connectable="0" parent="Ly1VW1kiYANL2SHkxWqd-62" style="edgeLabel;html=1;align=center;verticalAlign=middle;resizable=0;points=[];" value="tx_fifo_full = 1" vertex="1">
          <mxGeometry relative="1" x="0.0267" y="-1" as="geometry">
            <mxPoint as="offset" />
          </mxGeometry>
        </mxCell>
        <mxCell id="Ly1VW1kiYANL2SHkxWqd-64" edge="1" parent="1" source="Ly1VW1kiYANL2SHkxWqd-51" style="curved=1;endArrow=classic;html=1;rounded=0;entryX=0.991;entryY=0.112;entryDx=0;entryDy=0;exitX=1.005;exitY=0.854;exitDx=0;exitDy=0;exitPerimeter=0;entryPerimeter=0;" target="Ly1VW1kiYANL2SHkxWqd-51" value="">
          <mxGeometry height="50" relative="1" width="50" as="geometry">
            <Array as="points">
              <mxPoint x="2490" y="500" />
              <mxPoint x="2510" y="490" />
              <mxPoint x="2510" y="440" />
            </Array>
            <mxPoint x="2460" y="560" as="sourcePoint" />
            <mxPoint x="2510" y="510" as="targetPoint" />
          </mxGeometry>
        </mxCell>
        <mxCell id="Ly1VW1kiYANL2SHkxWqd-65" connectable="0" parent="Ly1VW1kiYANL2SHkxWqd-64" style="edgeLabel;html=1;align=center;verticalAlign=middle;resizable=0;points=[];" value="tx_valid = 0" vertex="1">
          <mxGeometry relative="1" x="-0.1698" y="2" as="geometry">
            <mxPoint as="offset" />
          </mxGeometry>
        </mxCell>
      </root>
    </mxGraphModel>
  </diagram>
</mxfile>
